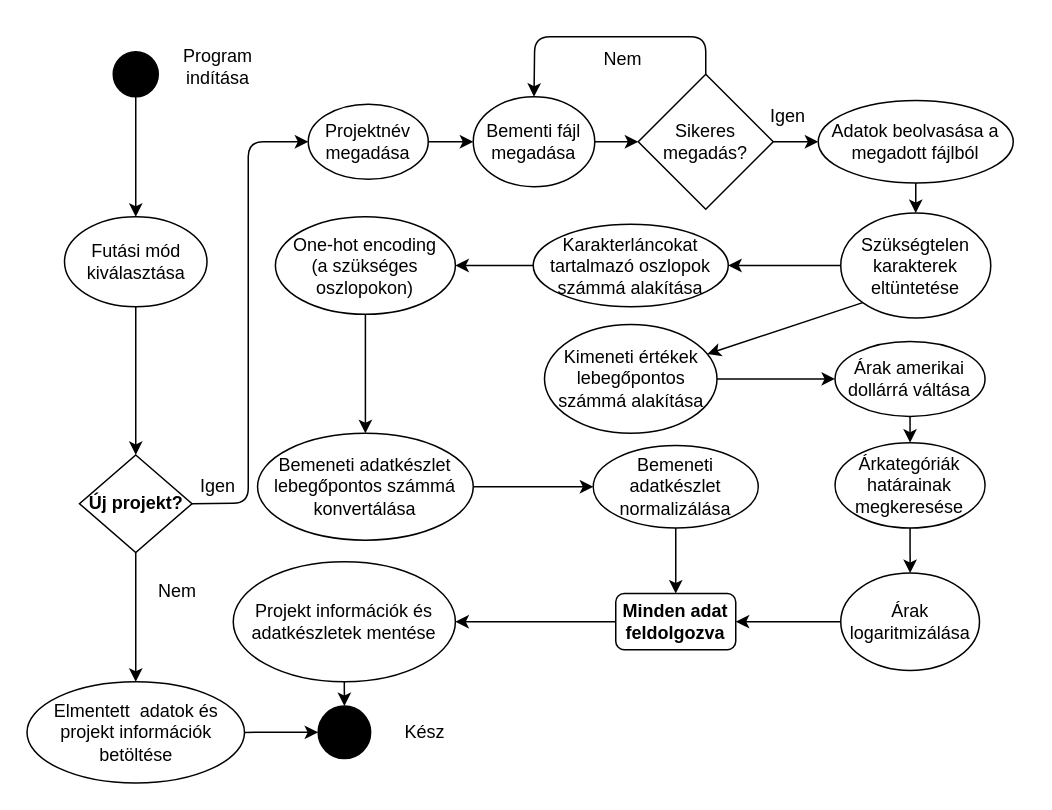
The draw.io diagram Folyamat1.drawio in HabanAndras/Gepi-latas, before the edit. Source tidied: cells renumbered, new cells numbered last; positions are measured from the earlier drawing's top-left corner, leaving out a move shared by most shapes. Both pictures are drawn from the tidied source at 150%, with x=0, y=0 at pixel (26, 36).
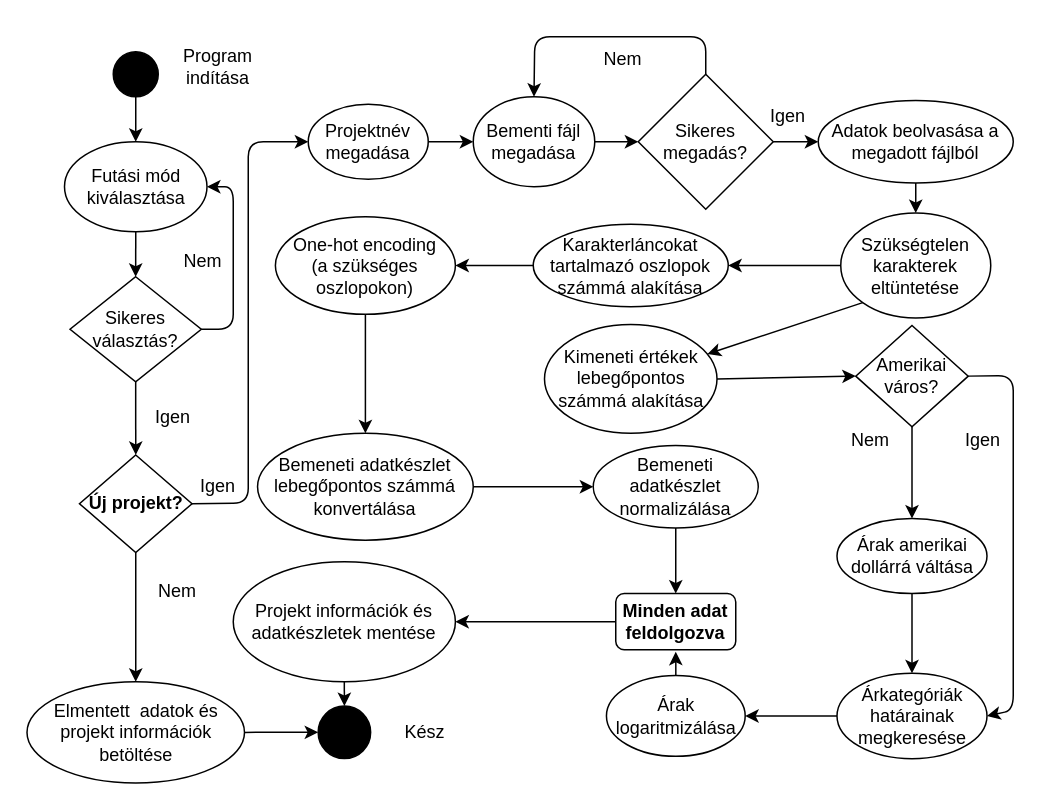
The same diagram, later.

Unchanged cells that the change refers to:
```xml
<mxCell id="2" style="ellipse;whiteSpace=wrap;html=1;fillColor=#000000;" parent="1" vertex="1">
  <mxGeometry x="58" y="10" width="30" height="30" as="geometry" />
</mxCell>
<mxCell id="5" value="&lt;b&gt;Új projekt?&lt;br&gt;&lt;/b&gt;" style="rhombus;whiteSpace=wrap;html=1;" parent="1" vertex="1">
  <mxGeometry x="35.5" y="278.8" width="75" height="65" as="geometry" />
</mxCell>
<mxCell id="28" value="Kimeneti értékek lebegőpontos számmá alakítása" style="ellipse;whiteSpace=wrap;html=1;" parent="1" vertex="1">
  <mxGeometry x="345.5" y="191.9" width="115" height="72.5" as="geometry" />
</mxCell>
<mxCell id="46" value="&lt;b&gt;Minden adat feldolgozva&lt;br&gt;&lt;/b&gt;" style="rounded=1;whiteSpace=wrap;html=1;" parent="1" vertex="1">
  <mxGeometry x="393" y="371.2" width="80" height="37.5" as="geometry" />
</mxCell>
```

What changed in the source:
```diff
@@
     <mxCell id="7" value="Futási mód kiválasztása" style="ellipse;whiteSpace=wrap;html=1;" parent="1" vertex="1">
-      <mxGeometry x="25.5" y="120" width="95" height="60" as="geometry" />
+      <mxGeometry x="25.5" y="70" width="95" height="60" as="geometry" />
     </mxCell>
-    <mxCell id="8" style="endArrow=classic;html=1;exitX=0.5;exitY=1;exitDx=0;exitDy=0;entryX=0.5;entryY=0;entryDx=0;entryDy=0;" parent="1" edge="1" source="2" target="7">
-      <mxGeometry relative="1" as="geometry" />
-    </mxCell>
-    <mxCell id="9" style="endArrow=classic;html=1;exitX=0.5;exitY=1;exitDx=0;exitDy=0;entryX=0.5;entryY=0;entryDx=0;entryDy=0;" parent="1" edge="1" source="7" target="5">
-      <mxGeometry relative="1" as="geometry" />
-    </mxCell>
@@
     <mxCell id="29" value="Árak amerikai dollárrá váltása" style="ellipse;whiteSpace=wrap;html=1;" parent="1" vertex="1">
-      <mxGeometry x="539.2" y="203.1" width="100" height="50" as="geometry" />
+      <mxGeometry x="540.5" y="321.2" width="100" height="50" as="geometry" />
     </mxCell>
     <mxCell id="30" value="Árak logaritmizálása" style="ellipse;whiteSpace=wrap;html=1;" parent="1" vertex="1">
-      <mxGeometry x="543" y="357.5" width="92.5" height="65" as="geometry" />
+      <mxGeometry x="386.8" y="425.9" width="92.5" height="53.8" as="geometry" />
     </mxCell>
@@
-    <mxCell id="41" style="endArrow=classic;html=1;exitX=0;exitY=0.5;exitDx=0;exitDy=0;entryX=1;entryY=0.5;entryDx=0;entryDy=0;" parent="1" edge="1" source="30" target="46">
-      <mxGeometry relative="1" as="geometry" />
-    </mxCell>
@@
-    <mxCell id="48" style="endArrow=classic;html=1;exitX=1;exitY=0.5;exitDx=0;exitDy=0;entryX=0;entryY=0.5;entryDx=0;entryDy=0;" parent="1" edge="1" source="28" target="29">
-      <mxGeometry relative="1" as="geometry" />
-    </mxCell>
     <mxCell id="49" value="Árkategóriák határainak megkeresése" style="ellipse;whiteSpace=wrap;html=1;" parent="1" vertex="1">
-      <mxGeometry x="539.2" y="270.6" width="100" height="56.9" as="geometry" />
+      <mxGeometry x="540.5" y="424.4" width="100" height="56.9" as="geometry" />
     </mxCell>
+    <mxCell id="52" value="Sikeres választás?" style="rhombus;whiteSpace=wrap;html=1;" parent="1" vertex="1">
+      <mxGeometry x="29.2" y="160" width="87.5" height="70" as="geometry" />
+    </mxCell>
+    <mxCell id="8" style="endArrow=classic;html=1;exitX=0.5;exitY=1;exitDx=0;exitDy=0;entryX=0.5;entryY=0;entryDx=0;entryDy=0;" parent="1" edge="1" source="2" target="7">
+      <mxGeometry relative="1" as="geometry" />
+    </mxCell>
+    <mxCell id="53" style="endArrow=classic;html=1;exitX=0.5;exitY=1;exitDx=0;exitDy=0;entryX=0.5;entryY=0;entryDx=0;entryDy=0;" parent="1" edge="1" source="7" target="52">
+      <mxGeometry relative="1" as="geometry" />
+    </mxCell>
+    <mxCell id="54" style="endArrow=classic;html=1;exitX=0.5;exitY=1;exitDx=0;exitDy=0;entryX=0.5;entryY=0;entryDx=0;entryDy=0;" parent="1" edge="1" source="52" target="5">
+      <mxGeometry relative="1" as="geometry" />
+    </mxCell>
+    <mxCell id="55" value="Igen" style="text;html=1;strokeColor=none;fillColor=none;align=center;verticalAlign=middle;whiteSpace=wrap;rounded=0;" parent="1" vertex="1">
+      <mxGeometry x="78" y="244.4" width="40" height="20" as="geometry" />
+    </mxCell>
+    <mxCell id="56" style="endArrow=classic;html=1;entryX=1;entryY=0.5;entryDx=0;entryDy=0;exitX=1;exitY=0.5;exitDx=0;exitDy=0;" parent="1" edge="1" source="52" target="7">
+      <mxGeometry relative="1" as="geometry">
+        <Array as="points">
+          <mxPoint x="138" y="195" />
+          <mxPoint x="138" y="100" />
+        </Array>
+      </mxGeometry>
+    </mxCell>
+    <mxCell id="57" value="Nem" style="text;html=1;strokeColor=none;fillColor=none;align=center;verticalAlign=middle;whiteSpace=wrap;rounded=0;" parent="1" vertex="1">
+      <mxGeometry x="98" y="140" width="40" height="20" as="geometry" />
+    </mxCell>
+    <mxCell id="58" value="Amerikai város?" style="rhombus;whiteSpace=wrap;html=1;" parent="1" vertex="1">
+      <mxGeometry x="553" y="192.5" width="75" height="67.5" as="geometry" />
+    </mxCell>
+    <mxCell id="59" style="endArrow=classic;html=1;exitX=1;exitY=0.5;exitDx=0;exitDy=0;entryX=0;entryY=0.5;entryDx=0;entryDy=0;" parent="1" edge="1" source="28" target="58">
+      <mxGeometry relative="1" as="geometry" />
+    </mxCell>
+    <mxCell id="60" style="endArrow=classic;html=1;exitX=0.5;exitY=1;exitDx=0;exitDy=0;entryX=0.5;entryY=0;entryDx=0;entryDy=0;" parent="1" edge="1" source="58" target="29">
+      <mxGeometry relative="1" as="geometry" />
+    </mxCell>
+    <mxCell id="61" value="Nem" style="text;html=1;strokeColor=none;fillColor=none;align=center;verticalAlign=middle;whiteSpace=wrap;rounded=0;" parent="1" vertex="1">
+      <mxGeometry x="543" y="258.8" width="40" height="20" as="geometry" />
+    </mxCell>
+    <mxCell id="51" style="endArrow=classic;html=1;exitX=0.5;exitY=1;exitDx=0;exitDy=0;entryX=0.5;entryY=0;entryDx=0;entryDy=0;" parent="1" edge="1" source="29" target="49">
+      <mxGeometry relative="1" as="geometry" />
+    </mxCell>
+    <mxCell id="62" style="endArrow=classic;html=1;exitX=1;exitY=0.5;exitDx=0;exitDy=0;entryX=1;entryY=0.5;entryDx=0;entryDy=0;" parent="1" edge="1" source="58" target="49">
+      <mxGeometry relative="1" as="geometry">
+        <Array as="points">
+          <mxPoint x="658" y="226" />
+          <mxPoint x="658" y="449" />
+        </Array>
+      </mxGeometry>
+    </mxCell>
+    <mxCell id="63" value="Igen" style="text;html=1;strokeColor=none;fillColor=none;align=center;verticalAlign=middle;whiteSpace=wrap;rounded=0;" parent="1" vertex="1">
+      <mxGeometry x="618" y="258.8" width="40" height="20" as="geometry" />
+    </mxCell>
-    <mxCell id="50" style="endArrow=classic;html=1;exitX=0.5;exitY=1;exitDx=0;exitDy=0;entryX=0.5;entryY=0;entryDx=0;entryDy=0;" parent="1" edge="1" source="49" target="30">
+    <mxCell id="50" style="endArrow=classic;html=1;exitX=0;exitY=0.5;exitDx=0;exitDy=0;entryX=1;entryY=0.5;entryDx=0;entryDy=0;" parent="1" edge="1" source="49" target="30">
       <mxGeometry relative="1" as="geometry" />
     </mxCell>
-    <mxCell id="51" style="endArrow=classic;html=1;exitX=0.5;exitY=1;exitDx=0;exitDy=0;entryX=0.5;entryY=0;entryDx=0;entryDy=0;" parent="1" edge="1" source="29" target="49">
-      <mxGeometry relative="1" as="geometry" />
-    </mxCell>
+    <mxCell id="64" style="endArrow=classic;html=1;exitX=0.5;exitY=0;exitDx=0;exitDy=0;" parent="1" edge="1" source="30">
+      <mxGeometry relative="1" as="geometry">
+        <mxPoint x="433" y="410" as="targetPoint" />
+      </mxGeometry>
+    </mxCell>
```
